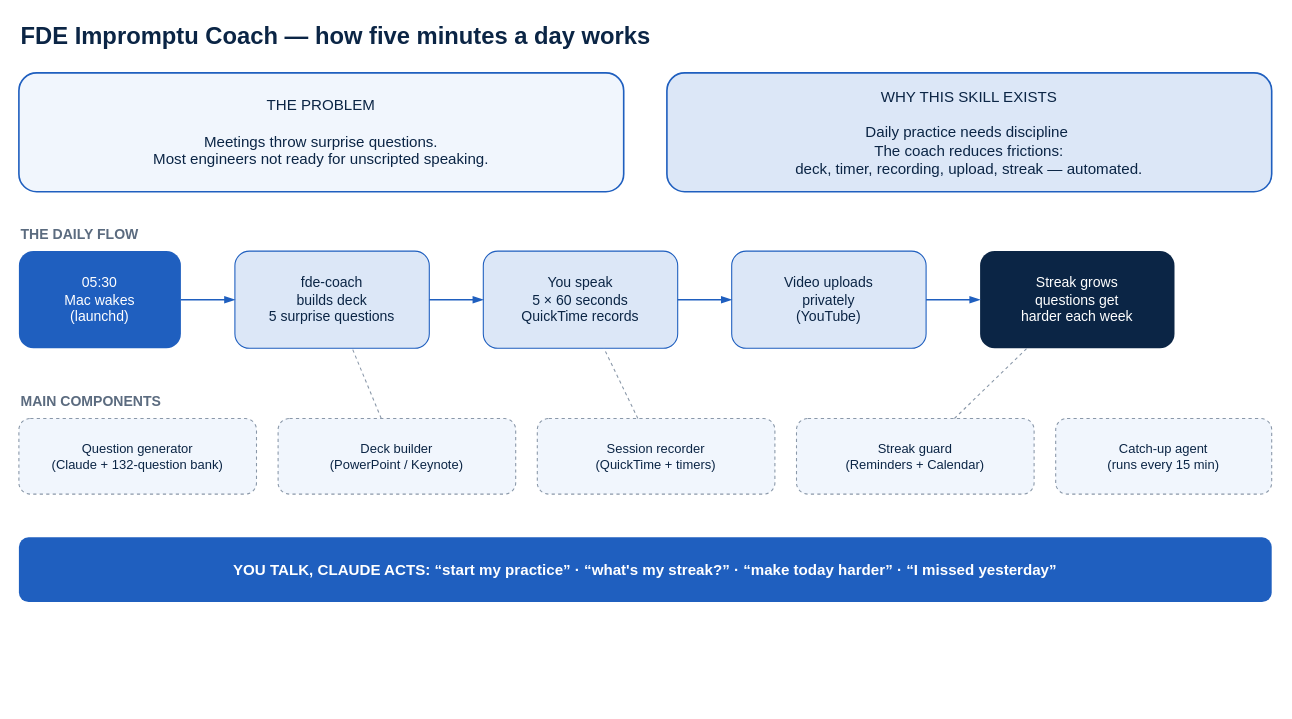
Before: architecture.drawio in rajchampaneriya/fde-impromptu-coach, a draw.io diagram. Source tidied: cells renumbered, new cells numbered last; positions are measured from the earlier drawing's top-left corner, leaving out a move shared by most shapes. Both pictures are drawn from the tidied source at 108%, with x=0, y=0 at pixel (18, 18).
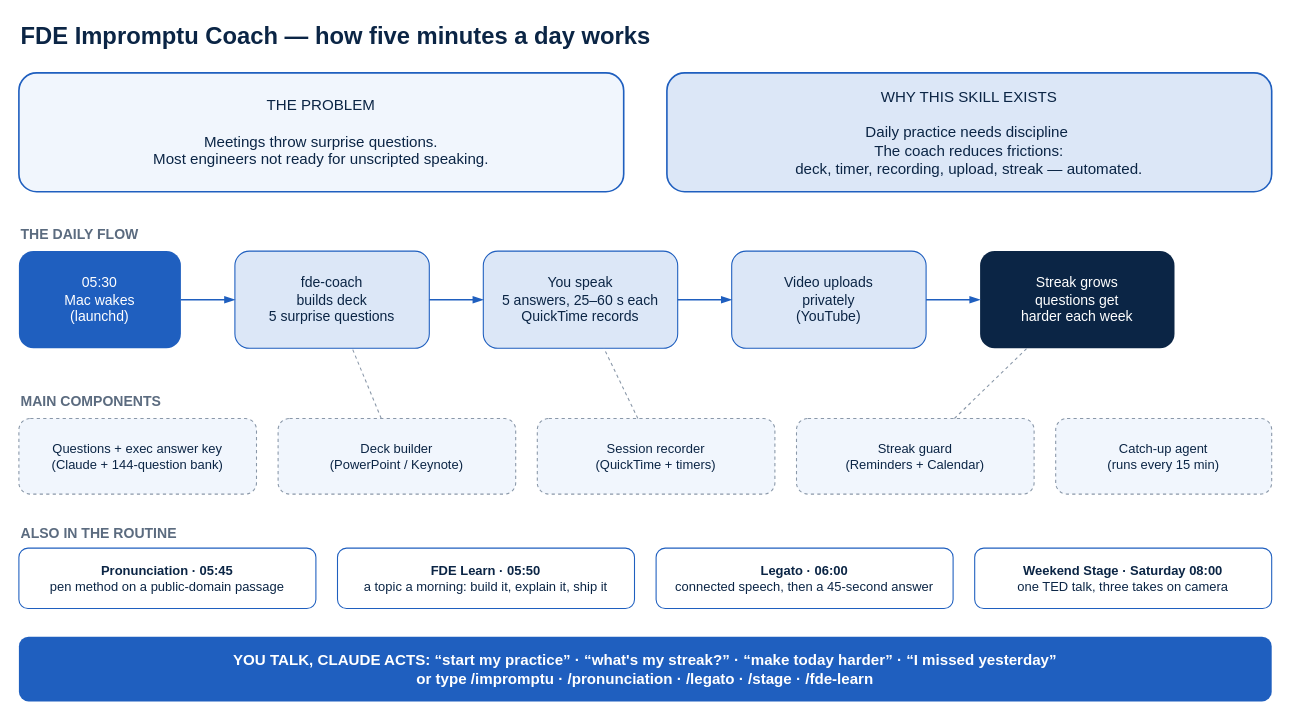
The same diagram, later.

Change to the diagram source:
```diff
@@
-    <mxCell id="8" value="You speak&#10;5 × 60 seconds&#10;QuickTime records" style="rounded=1;whiteSpace=wrap;html=1;fontFamily=Calibri;fontSize=13;fontColor=#0B2545;fillColor=#DCE7F7;strokeColor=#1F5FBF;verticalAlign=middle;" parent="1" vertex="1">
+    <mxCell id="8" value="You speak&#10;5 answers, 25–60 s each&#10;QuickTime records" style="rounded=1;whiteSpace=wrap;html=1;fontFamily=Calibri;fontSize=13;fontColor=#0B2545;fillColor=#DCE7F7;strokeColor=#1F5FBF;verticalAlign=middle;" parent="1" vertex="1">
       <mxGeometry x="430" y="215" width="180" height="90" as="geometry" />
     </mxCell>
@@
-    <mxCell id="16" value="Question generator&#10;(Claude + 132-question bank)" style="rounded=1;whiteSpace=wrap;html=1;fontFamily=Calibri;fontSize=12;fontColor=#0B2545;fillColor=#F1F6FD;strokeColor=#8A98A9;dashed=1;verticalAlign=middle;" parent="1" vertex="1">
+    <mxCell id="16" value="Questions + exec answer key&#10;(Claude + 144-question bank)" style="rounded=1;whiteSpace=wrap;html=1;fontFamily=Calibri;fontSize=12;fontColor=#0B2545;fillColor=#F1F6FD;strokeColor=#8A98A9;dashed=1;verticalAlign=middle;" parent="1" vertex="1">
       <mxGeometry y="370" width="220" height="70" as="geometry" />
     </mxCell>
@@
+    <mxCell id="25" value="ALSO IN THE ROUTINE" style="text;html=1;fontFamily=Calibri;fontSize=13;fontStyle=1;fontColor=#5B6B7F;align=left;" parent="1" vertex="1">
+      <mxGeometry y="462" width="300" height="22" as="geometry" />
+    </mxCell>
+    <mxCell id="26" value="&lt;b&gt;Pronunciation · 05:45&lt;/b&gt;&#10;pen method on a public-domain passage" style="rounded=1;whiteSpace=wrap;html=1;fontFamily=Calibri;fontSize=12;fontColor=#0B2545;fillColor=#FFFFFF;strokeColor=#1F5FBF;verticalAlign=middle;" parent="1" vertex="1">
+      <mxGeometry y="490" width="275" height="56" as="geometry" />
+    </mxCell>
+    <mxCell id="27" value="&lt;b&gt;FDE Learn · 05:50&lt;/b&gt;&#10;a topic a morning: build it, explain it, ship it" style="rounded=1;whiteSpace=wrap;html=1;fontFamily=Calibri;fontSize=12;fontColor=#0B2545;fillColor=#FFFFFF;strokeColor=#1F5FBF;verticalAlign=middle;" parent="1" vertex="1">
+      <mxGeometry x="295" y="490" width="275" height="56" as="geometry" />
+    </mxCell>
+    <mxCell id="28" value="&lt;b&gt;Legato · 06:00&lt;/b&gt;&#10;connected speech, then a 45-second answer" style="rounded=1;whiteSpace=wrap;html=1;fontFamily=Calibri;fontSize=12;fontColor=#0B2545;fillColor=#FFFFFF;strokeColor=#1F5FBF;verticalAlign=middle;" parent="1" vertex="1">
+      <mxGeometry x="590" y="490" width="275" height="56" as="geometry" />
+    </mxCell>
+    <mxCell id="29" value="&lt;b&gt;Weekend Stage · Saturday 08:00&lt;/b&gt;&#10;one TED talk, three takes on camera" style="rounded=1;whiteSpace=wrap;html=1;fontFamily=Calibri;fontSize=12;fontColor=#0B2545;fillColor=#FFFFFF;strokeColor=#1F5FBF;verticalAlign=middle;" parent="1" vertex="1">
+      <mxGeometry x="885" y="490" width="275" height="56" as="geometry" />
+    </mxCell>
-    <mxCell id="24" value="YOU TALK, CLAUDE ACTS:  “start my practice”  ·  “what's my streak?”  ·  “make today harder”  ·  “I missed yesterday”" style="rounded=1;whiteSpace=wrap;html=1;fontFamily=Calibri;fontSize=14;fontStyle=1;fontColor=#FFFFFF;fillColor=#1F5FBF;strokeColor=none;verticalAlign=middle;" parent="1" vertex="1">
-      <mxGeometry y="480" width="1160" height="60" as="geometry" />
+    <mxCell id="24" value="YOU TALK, CLAUDE ACTS:  “start my practice”  ·  “what's my streak?”  ·  “make today harder”  ·  “I missed yesterday”&lt;br&gt;or type /impromptu  ·  /pronunciation  ·  /legato  ·  /stage  ·  /fde-learn" style="rounded=1;whiteSpace=wrap;html=1;fontFamily=Calibri;fontSize=14;fontStyle=1;fontColor=#FFFFFF;fillColor=#1F5FBF;strokeColor=none;verticalAlign=middle;" parent="1" vertex="1">
+      <mxGeometry y="572" width="1160" height="60" as="geometry" />
     </mxCell>
```
